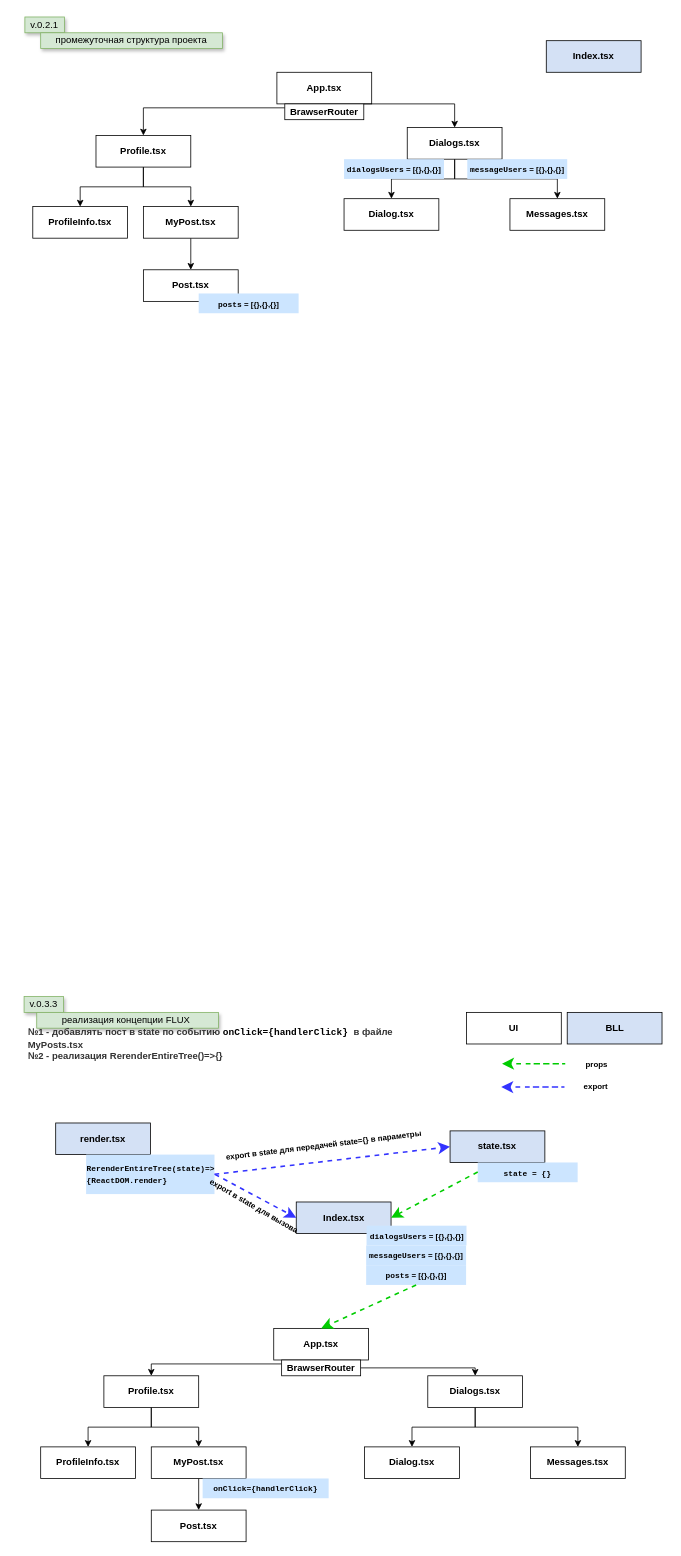
AndrosovMA/Social_network keeps this draw.io diagram as Untitled Diagram.drawio. Above is the earlier version. Source tidied: cells renumbered, new cells numbered last; positions are measured from the earlier drawing's top-left corner, leaving out a move shared by most shapes. Both pictures are drawn from the tidied source at 79%, with x=0, y=0 at pixel (24, 17).
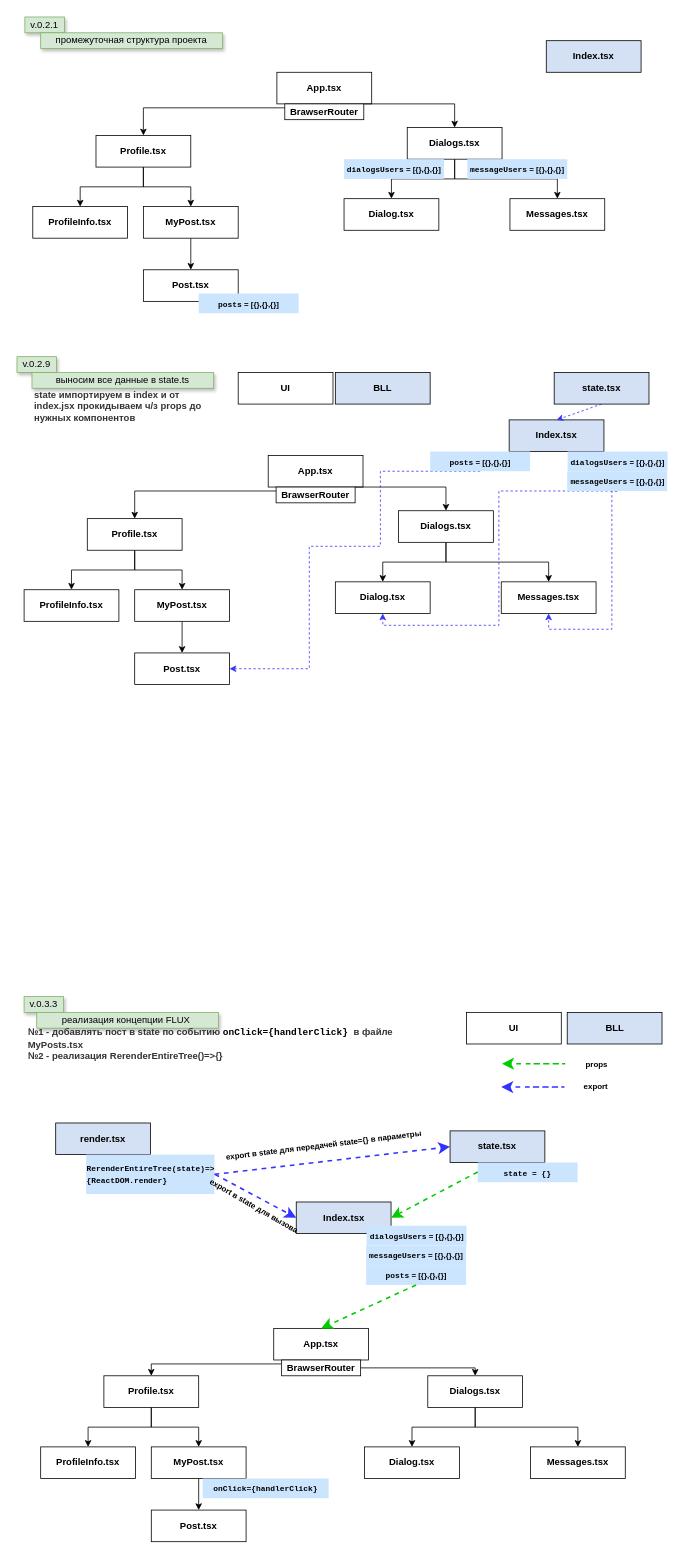
The same diagram, later.

What changed in the source:
```diff
@@
+    <mxCell id="64" value="v.0.2.9" style="text;html=1;strokeColor=#82b366;fillColor=#d5e8d4;align=center;verticalAlign=middle;whiteSpace=wrap;rounded=0;glass=0;shadow=1;" parent="1" vertex="1">
+      <mxGeometry x="-9" y="430" width="50" height="20" as="geometry" />
+    </mxCell>
+    <mxCell id="65" value="выносим все данные в state.ts" style="text;html=1;strokeColor=#82b366;fillColor=#D5E8D4;align=center;verticalAlign=middle;whiteSpace=wrap;rounded=0;glass=0;shadow=1;" parent="1" vertex="1">
+      <mxGeometry x="10" y="450" width="230" height="20" as="geometry" />
+    </mxCell>
+    <mxCell id="66" value="&lt;b&gt;App.tsx&lt;/b&gt;" style="rounded=0;whiteSpace=wrap;html=1;fillColor=#FFFFFF;" parent="1" vertex="1">
+      <mxGeometry x="309" y="555" width="120" height="40" as="geometry" />
+    </mxCell>
+    <mxCell id="67" style="edgeStyle=orthogonalEdgeStyle;rounded=0;jettySize=auto;html=1;exitX=0.5;exitY=1;exitDx=0;exitDy=0;entryX=0.5;entryY=0;entryDx=0;entryDy=0;fontSize=10;fontColor=#000000;" parent="1" edge="1" source="69" target="77">
+      <mxGeometry relative="1" as="geometry" />
+    </mxCell>
+    <mxCell id="68" style="edgeStyle=orthogonalEdgeStyle;rounded=0;jettySize=auto;html=1;exitX=0.5;exitY=1;exitDx=0;exitDy=0;entryX=0.5;entryY=0;entryDx=0;entryDy=0;fontSize=10;fontColor=#000000;" parent="1" edge="1" source="69" target="79">
+      <mxGeometry relative="1" as="geometry" />
+    </mxCell>
+    <mxCell id="69" value="&lt;b&gt;Profile.tsx&lt;/b&gt;" style="rounded=0;whiteSpace=wrap;html=1;fillColor=#FFFFFF;" parent="1" vertex="1">
+      <mxGeometry x="80" y="635" width="120" height="40" as="geometry" />
+    </mxCell>
+    <mxCell id="70" style="edgeStyle=orthogonalEdgeStyle;rounded=0;jettySize=auto;html=1;exitX=0.5;exitY=1;exitDx=0;exitDy=0;entryX=0.5;entryY=0;entryDx=0;entryDy=0;fontSize=10;fontColor=#000000;" parent="1" edge="1" source="72" target="81">
+      <mxGeometry relative="1" as="geometry" />
+    </mxCell>
+    <mxCell id="71" style="edgeStyle=orthogonalEdgeStyle;rounded=0;jettySize=auto;html=1;exitX=0.5;exitY=1;exitDx=0;exitDy=0;fontSize=10;fontColor=#000000;" parent="1" edge="1" source="72" target="82">
+      <mxGeometry relative="1" as="geometry" />
+    </mxCell>
+    <mxCell id="72" value="&lt;b&gt;Dialogs.tsx&lt;/b&gt;" style="rounded=0;whiteSpace=wrap;html=1;fillColor=#FFFFFF;" parent="1" vertex="1">
+      <mxGeometry x="474" y="625" width="120" height="40" as="geometry" />
+    </mxCell>
+    <mxCell id="73" style="edgeStyle=orthogonalEdgeStyle;rounded=0;jettySize=auto;html=1;exitX=0;exitY=0.25;exitDx=0;exitDy=0;entryX=0.5;entryY=0;entryDx=0;entryDy=0;fontSize=10;fontColor=#000000;" parent="1" edge="1" source="75" target="69">
+      <mxGeometry relative="1" as="geometry" />
+    </mxCell>
+    <mxCell id="74" style="edgeStyle=orthogonalEdgeStyle;rounded=0;jettySize=auto;html=1;exitX=1;exitY=0;exitDx=0;exitDy=0;entryX=0.5;entryY=0;entryDx=0;entryDy=0;fontSize=10;fontColor=#000000;" parent="1" edge="1" source="75" target="72">
+      <mxGeometry relative="1" as="geometry">
+        <Array as="points">
+          <mxPoint x="534" y="595" />
+        </Array>
+      </mxGeometry>
+    </mxCell>
+    <mxCell id="75" value="&lt;b&gt;BrawserRouter&lt;/b&gt;" style="rounded=0;whiteSpace=wrap;html=1;fillColor=#FFFFFF;" parent="1" vertex="1">
+      <mxGeometry x="319" y="595" width="100" height="20" as="geometry" />
+    </mxCell>
+    <mxCell id="76" value="&lt;b&gt;Index.tsx&lt;/b&gt;" style="rounded=0;whiteSpace=wrap;html=1;fillColor=#D4E1F5;shadow=0;strokeColor=#000000;" parent="1" vertex="1">
+      <mxGeometry x="614" y="510" width="120" height="40" as="geometry" />
+    </mxCell>
+    <mxCell id="77" value="&lt;b&gt;ProfileInfo.tsx&lt;/b&gt;" style="rounded=0;whiteSpace=wrap;html=1;fillColor=#FFFFFF;" parent="1" vertex="1">
+      <mxGeometry y="725" width="120" height="40" as="geometry" />
+    </mxCell>
+    <mxCell id="78" style="edgeStyle=orthogonalEdgeStyle;rounded=0;jettySize=auto;html=1;exitX=0.5;exitY=1;exitDx=0;exitDy=0;fontSize=10;fontColor=#000000;" parent="1" edge="1" source="79" target="80">
+      <mxGeometry relative="1" as="geometry" />
+    </mxCell>
+    <mxCell id="79" value="&lt;b&gt;MyPost.tsx&lt;/b&gt;" style="rounded=0;whiteSpace=wrap;html=1;fillColor=#FFFFFF;" parent="1" vertex="1">
+      <mxGeometry x="140" y="725" width="120" height="40" as="geometry" />
+    </mxCell>
+    <mxCell id="80" value="&lt;b&gt;Post.tsx&lt;/b&gt;" style="rounded=0;whiteSpace=wrap;html=1;fillColor=#FFFFFF;" parent="1" vertex="1">
+      <mxGeometry x="140" y="805" width="120" height="40" as="geometry" />
+    </mxCell>
+    <mxCell id="81" value="&lt;b&gt;Dialog.tsx&lt;/b&gt;" style="rounded=0;whiteSpace=wrap;html=1;fillColor=#FFFFFF;" parent="1" vertex="1">
+      <mxGeometry x="394" y="715" width="120" height="40" as="geometry" />
+    </mxCell>
+    <mxCell id="82" value="&lt;b&gt;Messages.tsx&lt;/b&gt;" style="rounded=0;whiteSpace=wrap;html=1;fillColor=#FFFFFF;" parent="1" vertex="1">
+      <mxGeometry x="604" y="715" width="120" height="40" as="geometry" />
+    </mxCell>
+    <mxCell id="83" value="&lt;b&gt;&lt;font style=&quot;font-size: 10px&quot;&gt;&lt;span style=&quot;font-family: &amp;#34;jetbrains mono&amp;#34; , monospace&quot;&gt;dialogsUsers&lt;/span&gt;&amp;nbsp;= [{},{},{}]&lt;/font&gt;&lt;/b&gt;" style="rounded=0;whiteSpace=wrap;html=1;shadow=0;strokeColor=none;fillColor=#CCE5FF;" parent="1" vertex="1">
+      <mxGeometry x="688" y="550" width="126.5" height="25" as="geometry" />
+    </mxCell>
+    <mxCell id="84" style="edgeStyle=orthogonalEdgeStyle;rounded=0;jettySize=auto;html=1;exitX=0.5;exitY=1;exitDx=0;exitDy=0;entryX=0.5;entryY=1;entryDx=0;entryDy=0;fontFamily=Helvetica;fontSize=12;fontColor=#333333;strokeColor=#3333FF;dashed=1;" parent="1" edge="1" source="86" target="82">
+      <mxGeometry relative="1" as="geometry">
+        <Array as="points">
+          <mxPoint x="744" y="600" />
+          <mxPoint x="744" y="775" />
+          <mxPoint x="664" y="775" />
+        </Array>
+      </mxGeometry>
+    </mxCell>
+    <mxCell id="85" style="edgeStyle=orthogonalEdgeStyle;rounded=0;jettySize=auto;html=1;exitX=0.5;exitY=1;exitDx=0;exitDy=0;entryX=0.5;entryY=1;entryDx=0;entryDy=0;fontFamily=Helvetica;fontSize=12;fontColor=#333333;strokeColor=#3333FF;dashed=1;" parent="1" edge="1" source="86" target="81">
+      <mxGeometry relative="1" as="geometry">
+        <Array as="points">
+          <mxPoint x="601" y="600" />
+          <mxPoint x="601" y="770" />
+          <mxPoint x="454" y="770" />
+        </Array>
+      </mxGeometry>
+    </mxCell>
+    <mxCell id="86" value="&lt;b&gt;&lt;font style=&quot;font-size: 10px&quot;&gt;&lt;span style=&quot;font-family: &amp;#34;jetbrains mono&amp;#34; , monospace&quot;&gt;messageUsers&lt;/span&gt;&amp;nbsp;= [{},{},{}]&lt;/font&gt;&lt;/b&gt;" style="rounded=0;whiteSpace=wrap;html=1;shadow=0;strokeColor=none;fillColor=#CCE5FF;" parent="1" vertex="1">
+      <mxGeometry x="687.5" y="575" width="126.5" height="25" as="geometry" />
+    </mxCell>
+    <mxCell id="87" style="edgeStyle=orthogonalEdgeStyle;rounded=0;jettySize=auto;html=1;exitX=0.5;exitY=1;exitDx=0;exitDy=0;entryX=1;entryY=0.5;entryDx=0;entryDy=0;fontFamily=Helvetica;fontSize=12;fontColor=#333333;strokeColor=#3333FF;dashed=1;" parent="1" edge="1" source="88" target="80">
+      <mxGeometry relative="1" as="geometry">
+        <Array as="points">
+          <mxPoint x="451" y="575" />
+          <mxPoint x="451" y="670" />
+          <mxPoint x="361" y="670" />
+          <mxPoint x="361" y="825" />
+        </Array>
+      </mxGeometry>
+    </mxCell>
+    <mxCell id="88" value="&lt;b&gt;&lt;font style=&quot;font-size: 10px&quot;&gt;&lt;font face=&quot;jetbrains mono, monospace&quot;&gt;posts&lt;/font&gt; = [{},{},{}]&lt;/font&gt;&lt;/b&gt;" style="rounded=0;whiteSpace=wrap;html=1;shadow=0;strokeColor=none;fillColor=#CCE5FF;" parent="1" vertex="1">
+      <mxGeometry x="514" y="550" width="126.5" height="25" as="geometry" />
+    </mxCell>
+    <mxCell id="89" style="edgeStyle=none;rounded=0;jettySize=auto;html=1;exitX=0.5;exitY=1;exitDx=0;exitDy=0;entryX=0.5;entryY=0;entryDx=0;entryDy=0;dashed=1;fontFamily=Helvetica;fontSize=12;fontColor=#333333;strokeColor=#3333FF;" parent="1" edge="1" source="90" target="76">
+      <mxGeometry relative="1" as="geometry" />
+    </mxCell>
+    <mxCell id="90" value="&lt;b&gt;state.tsx&lt;/b&gt;" style="rounded=0;whiteSpace=wrap;html=1;fillColor=#D4E1F5;shadow=0;strokeColor=#000000;" parent="1" vertex="1">
+      <mxGeometry x="671" y="450" width="120" height="40" as="geometry" />
+    </mxCell>
+    <mxCell id="91" value="&lt;b&gt;state импортируем в index и от index.jsx прокидываем ч/з props до нужных компонентов&lt;/b&gt;" style="text;html=1;strokeColor=none;fillColor=none;align=left;verticalAlign=middle;whiteSpace=wrap;rounded=0;labelBackgroundColor=none;labelBorderColor=none;fontFamily=Helvetica;fontSize=12;fontColor=#333333;" parent="1" vertex="1">
+      <mxGeometry x="11" y="465" width="230" height="55" as="geometry" />
+    </mxCell>
+    <mxCell id="92" value="&lt;b&gt;BLL&lt;/b&gt;" style="rounded=0;whiteSpace=wrap;html=1;fillColor=#D4E1F5;shadow=0;strokeColor=#000000;" parent="1" vertex="1">
+      <mxGeometry x="394" y="450" width="120" height="40" as="geometry" />
+    </mxCell>
+    <mxCell id="93" value="&lt;b&gt;UI&lt;/b&gt;" style="rounded=0;whiteSpace=wrap;html=1;fillColor=#FFFFFF;strokeColor=#000000;" parent="1" vertex="1">
+      <mxGeometry x="271" y="450" width="120" height="40" as="geometry" />
+    </mxCell>
```
